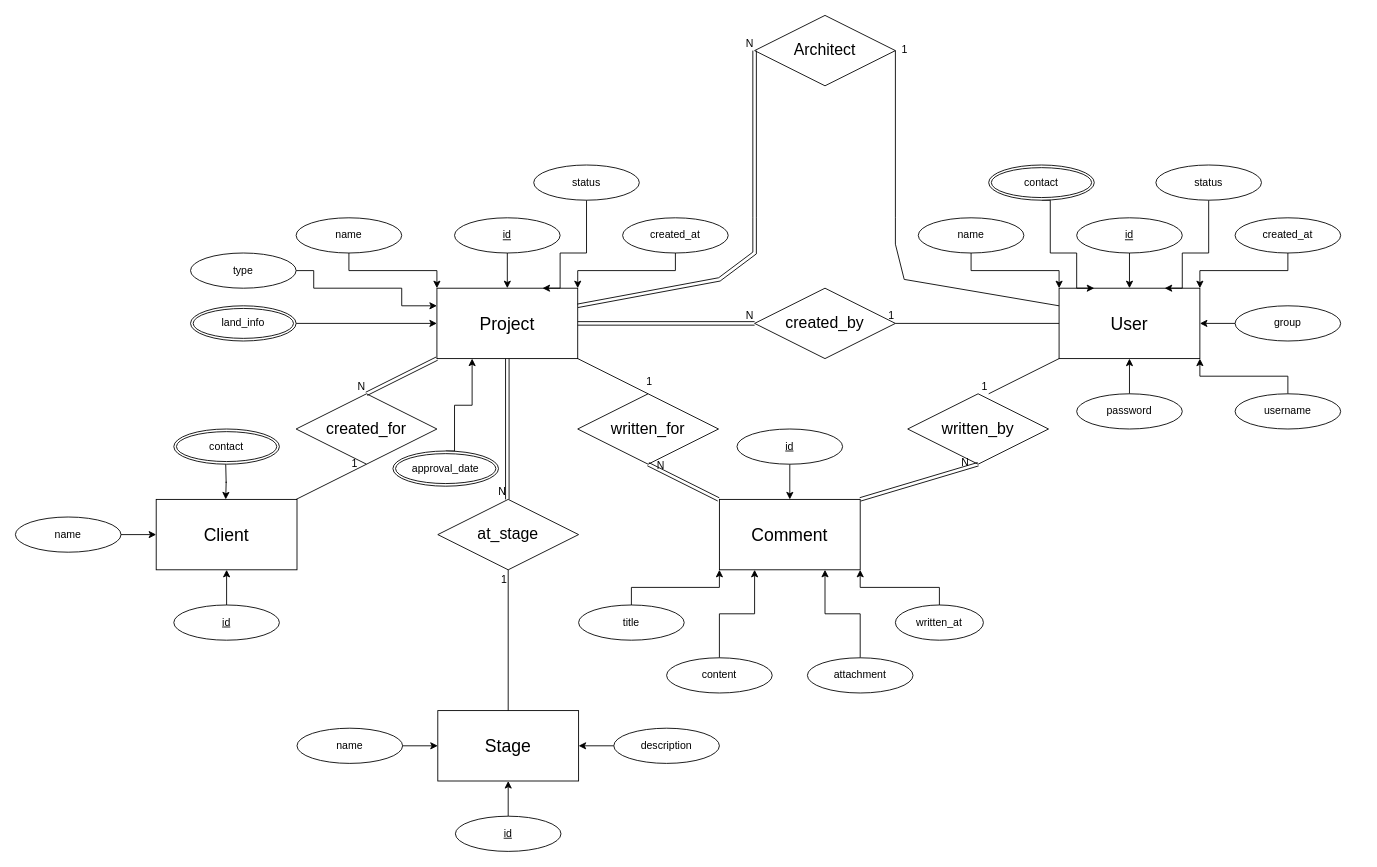
Before: Diagrams/AlJarrash_ERD.drawio in hameed-m/Al-Jarrash, a draw.io diagram. Source tidied: cells renumbered, new cells numbered last; positions are measured from the earlier drawing's top-left corner, leaving out a move shared by most shapes. Both pictures are drawn from the tidied source at 88%, with x=0, y=0 at pixel (15, 15).
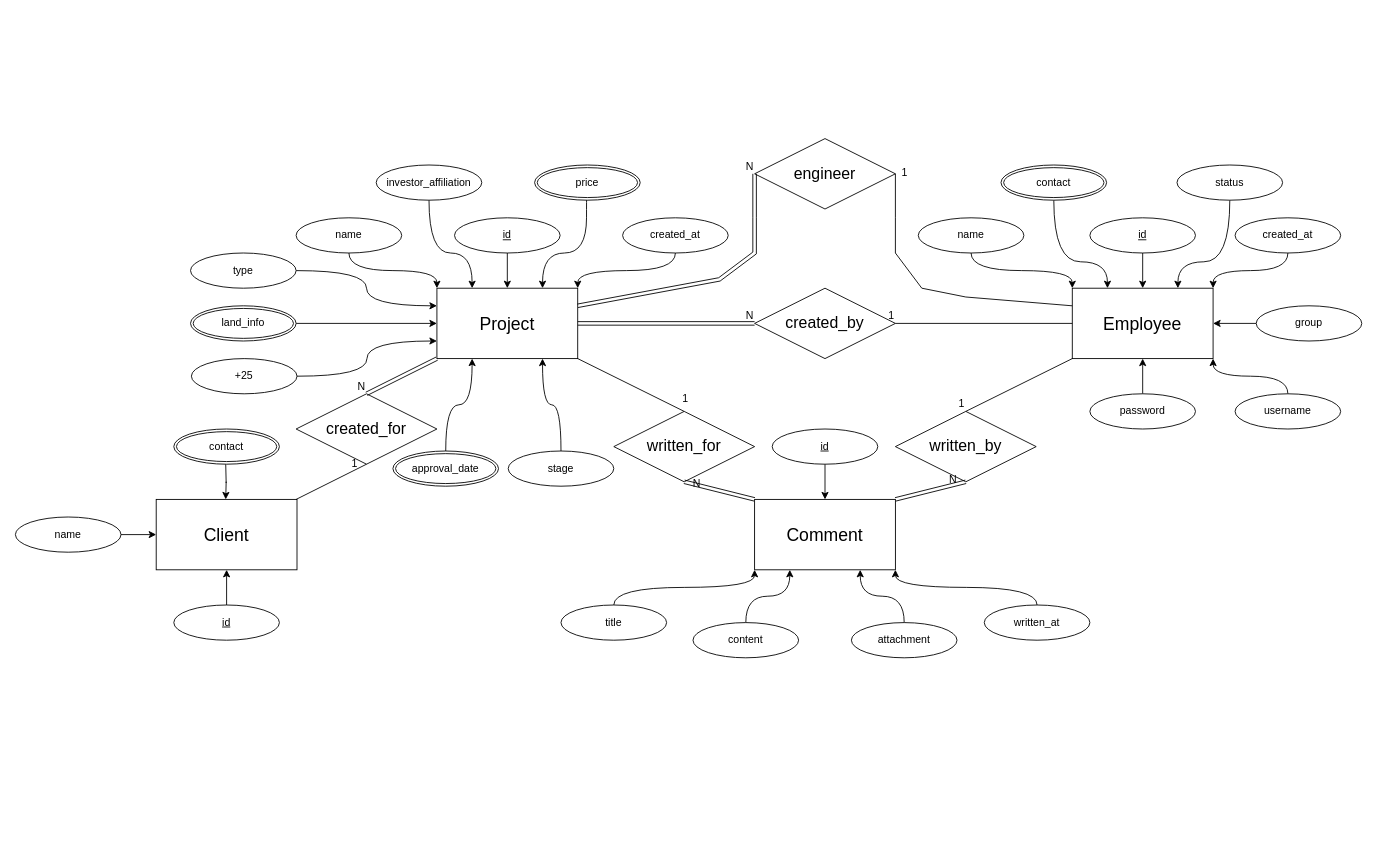
The same page after the edit.

Unchanged cells that the change refers to:
```xml
<mxCell id="2" value="&lt;font style=&quot;font-size: 20px;&quot;&gt;Project&lt;/font&gt;" style="whiteSpace=wrap;html=1;align=center;" parent="1" vertex="1">
  <mxGeometry x="479" y="310" width="160" height="80" as="geometry" />
</mxCell>
<mxCell id="8" value="name" style="ellipse;whiteSpace=wrap;html=1;align=center;" parent="1" vertex="1">
  <mxGeometry x="319" y="230" width="120" height="40" as="geometry" />
</mxCell>
<mxCell id="12" value="created_at" style="ellipse;whiteSpace=wrap;html=1;align=center;" parent="1" vertex="1">
  <mxGeometry x="690" y="230" width="120" height="40" as="geometry" />
</mxCell>
<mxCell id="55" value="name" style="ellipse;whiteSpace=wrap;html=1;align=center;" parent="1" vertex="1">
  <mxGeometry x="1026" y="230" width="120" height="40" as="geometry" />
</mxCell>
<mxCell id="59" value="created_at" style="ellipse;whiteSpace=wrap;html=1;align=center;" parent="1" vertex="1">
  <mxGeometry x="1386" y="230" width="120" height="40" as="geometry" />
</mxCell>
<mxCell id="69" value="username" style="ellipse;whiteSpace=wrap;html=1;align=center;" parent="1" vertex="1">
  <mxGeometry x="1386" y="430" width="120" height="40" as="geometry" />
</mxCell>
<mxCell id="79" value="type" style="ellipse;whiteSpace=wrap;html=1;align=center;" parent="1" vertex="1">
  <mxGeometry x="199" y="270" width="120" height="40" as="geometry" />
</mxCell>
<mxCell id="88" value="approval_date" style="ellipse;shape=doubleEllipse;margin=3;whiteSpace=wrap;html=1;align=center;" parent="1" vertex="1">
  <mxGeometry x="429" y="495" width="120" height="40" as="geometry" />
</mxCell>
```

Change to the diagram source:
```diff
@@
-    <mxCell id="4" value="&lt;font style=&quot;font-size: 20px;&quot;&gt;User&lt;/font&gt;" style="whiteSpace=wrap;html=1;align=center;" parent="1" vertex="1">
-      <mxGeometry x="1186" y="310" width="160" height="80" as="geometry" />
+    <mxCell id="4" value="&lt;font style=&quot;font-size: 20px;&quot;&gt;Employee&lt;/font&gt;" style="whiteSpace=wrap;html=1;align=center;" parent="1" vertex="1">
+      <mxGeometry x="1201" y="310" width="160" height="80" as="geometry" />
     </mxCell>
-    <mxCell id="5" value="&lt;font style=&quot;font-size: 20px;&quot;&gt;Stage&lt;/font&gt;" style="whiteSpace=wrap;html=1;align=center;" parent="1" vertex="1">
-      <mxGeometry x="480" y="790" width="160" height="80" as="geometry" />
-    </mxCell>
     <mxCell id="6" value="&lt;font style=&quot;font-size: 20px;&quot;&gt;Comment&lt;/font&gt;" style="whiteSpace=wrap;html=1;align=center;" parent="1" vertex="1">
-      <mxGeometry x="800" y="550" width="160" height="80" as="geometry" />
+      <mxGeometry x="840" y="550" width="160" height="80" as="geometry" />
     </mxCell>
-    <mxCell id="7" style="edgeStyle=orthogonalEdgeStyle;rounded=0;jettySize=auto;html=1;exitX=0.5;exitY=1;exitDx=0;exitDy=0;entryX=0;entryY=0;entryDx=0;entryDy=0;" parent="1" edge="1" source="8" target="2">
+    <mxCell id="7" style="edgeStyle=orthogonalEdgeStyle;rounded=0;jettySize=auto;html=1;exitX=0.5;exitY=1;exitDx=0;exitDy=0;entryX=0;entryY=0;entryDx=0;entryDy=0;curved=1;" parent="1" edge="1" source="8" target="2">
       <mxGeometry relative="1" as="geometry" />
     </mxCell>
@@
-    <mxCell id="11" style="edgeStyle=orthogonalEdgeStyle;rounded=0;jettySize=auto;html=1;exitX=0.5;exitY=1;exitDx=0;exitDy=0;entryX=1;entryY=0;entryDx=0;entryDy=0;" parent="1" edge="1" source="12" target="2">
+    <mxCell id="11" style="edgeStyle=orthogonalEdgeStyle;rounded=0;jettySize=auto;html=1;exitX=0.5;exitY=1;exitDx=0;exitDy=0;entryX=1;entryY=0;entryDx=0;entryDy=0;curved=1;" parent="1" edge="1" source="12" target="2">
       <mxGeometry relative="1" as="geometry" />
     </mxCell>
@@
-    <mxCell id="13" style="edgeStyle=orthogonalEdgeStyle;rounded=0;jettySize=auto;html=1;exitX=1;exitY=0.5;exitDx=0;exitDy=0;entryX=0;entryY=0.5;entryDx=0;entryDy=0;" parent="1" edge="1" source="14" target="5">
-      <mxGeometry relative="1" as="geometry" />
-    </mxCell>
-    <mxCell id="14" value="name" style="ellipse;whiteSpace=wrap;html=1;align=center;" parent="1" vertex="1">
-      <mxGeometry x="320" y="810" width="120" height="40" as="geometry" />
-    </mxCell>
-    <mxCell id="15" style="edgeStyle=orthogonalEdgeStyle;rounded=0;jettySize=auto;html=1;entryX=0.5;entryY=1;entryDx=0;entryDy=0;" parent="1" edge="1" source="16" target="5">
-      <mxGeometry relative="1" as="geometry" />
-    </mxCell>
-    <mxCell id="16" value="id" style="ellipse;whiteSpace=wrap;html=1;align=center;fontStyle=4;" parent="1" vertex="1">
-      <mxGeometry x="500" y="910" width="120" height="40" as="geometry" />
-    </mxCell>
     <mxCell id="17" value="&lt;span style=&quot;font-size: 18px;&quot;&gt;written_for&lt;/span&gt;" style="shape=rhombus;perimeter=rhombusPerimeter;whiteSpace=wrap;html=1;align=center;" parent="1" vertex="1">
-      <mxGeometry x="639" y="430" width="160" height="80" as="geometry" />
+      <mxGeometry x="680" y="450" width="160" height="80" as="geometry" />
     </mxCell>
     <mxCell id="18" value="&lt;font style=&quot;font-size: 18px;&quot;&gt;written_by&lt;/font&gt;" style="shape=rhombus;perimeter=rhombusPerimeter;whiteSpace=wrap;html=1;align=center;" parent="1" vertex="1">
-      <mxGeometry x="1014" y="430" width="160" height="80" as="geometry" />
+      <mxGeometry x="1000" y="450" width="160" height="80" as="geometry" />
     </mxCell>
-    <mxCell id="19" value="&lt;font style=&quot;font-size: 18px;&quot;&gt;at_stage&lt;/font&gt;" style="shape=rhombus;perimeter=rhombusPerimeter;whiteSpace=wrap;html=1;align=center;" parent="1" vertex="1">
-      <mxGeometry x="480" y="550" width="160" height="80" as="geometry" />
-    </mxCell>
@@
-    <mxCell id="25" style="shape=link;html=1;rounded=0;exitX=0.5;exitY=1;exitDx=0;exitDy=0;entryX=0.5;entryY=0;entryDx=0;entryDy=0;" parent="1" edge="1" source="2">
-      <mxGeometry relative="1" as="geometry">
-        <mxPoint x="559" y="550" as="targetPoint" />
-      </mxGeometry>
-    </mxCell>
-    <mxCell id="26" value="N" style="html=1;whiteSpace=wrap;align=right;verticalAlign=bottom;" parent="25" vertex="1">
-      <mxGeometry x="1" relative="1" as="geometry" />
-    </mxCell>
-    <mxCell id="27" style="endArrow=none;html=1;rounded=0;entryX=0.5;entryY=1;entryDx=0;entryDy=0;exitX=0.5;exitY=0;exitDx=0;exitDy=0;" parent="1" edge="1" source="5" target="19">
-      <mxGeometry relative="1" as="geometry" />
-    </mxCell>
-    <mxCell id="28" value="1" style="html=1;whiteSpace=wrap;align=right;verticalAlign=bottom;" parent="27" vertex="1">
-      <mxGeometry x="1" relative="1" as="geometry">
-        <mxPoint y="20" as="offset" />
-      </mxGeometry>
-    </mxCell>
-    <mxCell id="29" style="shape=link;html=1;rounded=0;entryX=0.5;entryY=1;entryDx=0;entryDy=0;exitX=0;exitY=0;exitDx=0;exitDy=0;" parent="1" edge="1" target="17">
-      <mxGeometry relative="1" as="geometry">
-        <mxPoint x="799" y="550" as="sourcePoint" />
-      </mxGeometry>
+    <mxCell id="29" style="shape=link;html=1;rounded=0;entryX=0.5;entryY=1;entryDx=0;entryDy=0;exitX=0;exitY=0;exitDx=0;exitDy=0;" parent="1" edge="1" source="6" target="17">
+      <mxGeometry relative="1" as="geometry" />
     </mxCell>
@@
-    <mxCell id="35" style="endArrow=none;html=1;rounded=0;entryX=0.5;entryY=0;entryDx=0;entryDy=0;exitX=0;exitY=1;exitDx=0;exitDy=0;" parent="1" edge="1" source="4">
-      <mxGeometry relative="1" as="geometry">
-        <mxPoint x="1106" y="430" as="targetPoint" />
-      </mxGeometry>
+    <mxCell id="35" style="endArrow=none;html=1;rounded=0;entryX=0.5;entryY=0;entryDx=0;entryDy=0;exitX=0;exitY=1;exitDx=0;exitDy=0;" parent="1" edge="1" source="4" target="18">
+      <mxGeometry relative="1" as="geometry" />
     </mxCell>
@@
     <mxCell id="38" value="id" style="ellipse;whiteSpace=wrap;html=1;align=center;fontStyle=4;" parent="1" vertex="1">
-      <mxGeometry x="820" y="470" width="120" height="40" as="geometry" />
+      <mxGeometry x="860" y="470" width="120" height="40" as="geometry" />
     </mxCell>
-    <mxCell id="39" style="edgeStyle=orthogonalEdgeStyle;rounded=0;jettySize=auto;html=1;exitX=0.5;exitY=0;exitDx=0;exitDy=0;entryX=0;entryY=1;entryDx=0;entryDy=0;" parent="1" edge="1" source="40" target="6">
+    <mxCell id="39" style="edgeStyle=orthogonalEdgeStyle;rounded=0;jettySize=auto;html=1;exitX=0.5;exitY=0;exitDx=0;exitDy=0;entryX=0;entryY=1;entryDx=0;entryDy=0;curved=1;" parent="1" edge="1" source="40" target="6">
       <mxGeometry relative="1" as="geometry" />
     </mxCell>
     <mxCell id="40" value="title" style="ellipse;whiteSpace=wrap;html=1;align=center;" parent="1" vertex="1">
-      <mxGeometry x="640" y="670" width="120" height="40" as="geometry" />
+      <mxGeometry x="620" y="670" width="120" height="40" as="geometry" />
     </mxCell>
-    <mxCell id="41" style="edgeStyle=orthogonalEdgeStyle;rounded=0;jettySize=auto;html=1;exitX=0.5;exitY=0;exitDx=0;exitDy=0;entryX=1;entryY=1;entryDx=0;entryDy=0;" parent="1" edge="1" source="42" target="6">
+    <mxCell id="41" style="edgeStyle=orthogonalEdgeStyle;rounded=0;jettySize=auto;html=1;exitX=0.5;exitY=0;exitDx=0;exitDy=0;entryX=1;entryY=1;entryDx=0;entryDy=0;curved=1;" parent="1" edge="1" source="42" target="6">
       <mxGeometry relative="1" as="geometry" />
     </mxCell>
-    <mxCell id="42" value="written_at" style="ellipse;whiteSpace=wrap;html=1;align=center;" parent="1" vertex="1">
-      <mxGeometry x="1000" y="670" width="100" height="40" as="geometry" />
-    </mxCell>
-    <mxCell id="43" style="edgeStyle=orthogonalEdgeStyle;rounded=0;jettySize=auto;html=1;exitX=0.5;exitY=0;exitDx=0;exitDy=0;entryX=0.25;entryY=1;entryDx=0;entryDy=0;" parent="1" edge="1" source="44" target="6">
+    <mxCell id="43" style="edgeStyle=orthogonalEdgeStyle;rounded=0;jettySize=auto;html=1;exitX=0.5;exitY=0;exitDx=0;exitDy=0;entryX=0.25;entryY=1;entryDx=0;entryDy=0;curved=1;" parent="1" edge="1" source="44" target="6">
       <mxGeometry relative="1" as="geometry" />
     </mxCell>
     <mxCell id="44" value="content" style="ellipse;whiteSpace=wrap;html=1;align=center;" parent="1" vertex="1">
-      <mxGeometry x="740" y="730" width="120" height="40" as="geometry" />
+      <mxGeometry x="770" y="690" width="120" height="40" as="geometry" />
     </mxCell>
-    <mxCell id="45" style="edgeStyle=orthogonalEdgeStyle;rounded=0;jettySize=auto;html=1;exitX=0;exitY=0.5;exitDx=0;exitDy=0;entryX=1;entryY=0.5;entryDx=0;entryDy=0;" parent="1" edge="1" source="46" target="5">
-      <mxGeometry relative="1" as="geometry" />
-    </mxCell>
-    <mxCell id="46" value="description" style="ellipse;whiteSpace=wrap;html=1;align=center;" parent="1" vertex="1">
-      <mxGeometry x="680" y="810" width="120" height="40" as="geometry" />
-    </mxCell>
@@
     <mxCell id="53" value="id" style="ellipse;whiteSpace=wrap;html=1;align=center;fontStyle=4;" parent="1" vertex="1">
-      <mxGeometry x="1206" y="230" width="120" height="40" as="geometry" />
+      <mxGeometry x="1221" y="230" width="120" height="40" as="geometry" />
     </mxCell>
-    <mxCell id="54" style="edgeStyle=orthogonalEdgeStyle;rounded=0;jettySize=auto;html=1;exitX=0.5;exitY=1;exitDx=0;exitDy=0;entryX=0;entryY=0;entryDx=0;entryDy=0;" parent="1" edge="1" source="55" target="4">
+    <mxCell id="54" style="edgeStyle=orthogonalEdgeStyle;rounded=0;jettySize=auto;html=1;exitX=0.5;exitY=1;exitDx=0;exitDy=0;entryX=0;entryY=0;entryDx=0;entryDy=0;curved=1;" parent="1" edge="1" source="55" target="4">
       <mxGeometry relative="1" as="geometry" />
     </mxCell>
@@
-    <mxCell id="56" style="edgeStyle=orthogonalEdgeStyle;rounded=0;jettySize=auto;html=1;exitX=0.5;exitY=1;exitDx=0;exitDy=0;entryX=0.75;entryY=0;entryDx=0;entryDy=0;" parent="1" edge="1" source="57" target="2">
+    <mxCell id="56" style="edgeStyle=orthogonalEdgeStyle;rounded=0;jettySize=auto;html=1;exitX=0.5;exitY=1;exitDx=0;exitDy=0;entryX=0.75;entryY=0;entryDx=0;entryDy=0;curved=1;" parent="1" edge="1" source="93" target="2">
       <mxGeometry relative="1" as="geometry">
         <Array as="points">
+          <mxPoint x="649" y="190" />
           <mxPoint x="649" y="270" />
-          <mxPoint x="619" y="270" />
-          <mxPoint x="619" y="310" />
+          <mxPoint x="599" y="270" />
         </Array>
       </mxGeometry>
     </mxCell>
-    <mxCell id="57" value="status" style="ellipse;whiteSpace=wrap;html=1;align=center;" parent="1" vertex="1">
-      <mxGeometry x="589" y="170" width="120" height="40" as="geometry" />
-    </mxCell>
-    <mxCell id="58" style="edgeStyle=orthogonalEdgeStyle;rounded=0;jettySize=auto;html=1;exitX=0.5;exitY=1;exitDx=0;exitDy=0;entryX=1;entryY=0;entryDx=0;entryDy=0;" parent="1" edge="1" source="59" target="4">
+    <mxCell id="58" style="edgeStyle=orthogonalEdgeStyle;rounded=0;jettySize=auto;html=1;exitX=0.5;exitY=1;exitDx=0;exitDy=0;entryX=1;entryY=0;entryDx=0;entryDy=0;curved=1;" parent="1" edge="1" source="59" target="4">
       <mxGeometry relative="1" as="geometry" />
     </mxCell>
@@
-    <mxCell id="60" style="edgeStyle=orthogonalEdgeStyle;rounded=0;jettySize=auto;html=1;exitX=0.5;exitY=1;exitDx=0;exitDy=0;entryX=0.75;entryY=0;entryDx=0;entryDy=0;" parent="1" edge="1" source="61" target="4">
+    <mxCell id="60" style="edgeStyle=orthogonalEdgeStyle;rounded=0;jettySize=auto;html=1;exitX=0.5;exitY=1;exitDx=0;exitDy=0;entryX=0.75;entryY=0;entryDx=0;entryDy=0;curved=1;" parent="1" edge="1" source="61" target="4">
       <mxGeometry relative="1" as="geometry">
         <Array as="points">
-          <mxPoint x="1356" y="270" />
-          <mxPoint x="1326" y="270" />
-          <mxPoint x="1326" y="310" />
+          <mxPoint x="1380" y="280" />
+          <mxPoint x="1321" y="280" />
         </Array>
       </mxGeometry>
     </mxCell>
     <mxCell id="61" value="status" style="ellipse;whiteSpace=wrap;html=1;align=center;" parent="1" vertex="1">
-      <mxGeometry x="1296" y="170" width="120" height="40" as="geometry" />
+      <mxGeometry x="1320" y="170" width="120" height="40" as="geometry" />
     </mxCell>
@@
     <mxCell id="63" value="group" style="ellipse;whiteSpace=wrap;html=1;align=center;" parent="1" vertex="1">
-      <mxGeometry x="1386" y="330" width="120" height="40" as="geometry" />
+      <mxGeometry x="1410" y="330" width="120" height="40" as="geometry" />
     </mxCell>
-    <mxCell id="64" style="edgeStyle=orthogonalEdgeStyle;rounded=0;jettySize=auto;html=1;exitX=0.5;exitY=1;exitDx=0;exitDy=0;entryX=0.25;entryY=0;entryDx=0;entryDy=0;" parent="1" edge="1" source="65" target="4">
+    <mxCell id="64" style="edgeStyle=orthogonalEdgeStyle;rounded=0;jettySize=auto;html=1;exitX=0.5;exitY=1;exitDx=0;exitDy=0;entryX=0.25;entryY=0;entryDx=0;entryDy=0;curved=1;" parent="1" edge="1" source="65" target="4">
       <mxGeometry relative="1" as="geometry">
         <Array as="points">
-          <mxPoint x="1176" y="270" />
-          <mxPoint x="1206" y="270" />
-          <mxPoint x="1206" y="310" />
+          <mxPoint x="1180" y="280" />
+          <mxPoint x="1241" y="280" />
         </Array>
       </mxGeometry>
     </mxCell>
     <mxCell id="65" value="contact" style="ellipse;shape=doubleEllipse;margin=3;whiteSpace=wrap;html=1;align=center;" parent="1" vertex="1">
-      <mxGeometry x="1106" y="170" width="120" height="40" as="geometry" />
+      <mxGeometry x="1120" y="170" width="120" height="40" as="geometry" />
     </mxCell>
@@
     <mxCell id="67" value="password" style="ellipse;whiteSpace=wrap;html=1;align=center;" parent="1" vertex="1">
-      <mxGeometry x="1206" y="430" width="120" height="40" as="geometry" />
+      <mxGeometry x="1221" y="430" width="120" height="40" as="geometry" />
     </mxCell>
-    <mxCell id="68" style="edgeStyle=orthogonalEdgeStyle;rounded=0;jettySize=auto;html=1;exitX=0.5;exitY=0;exitDx=0;exitDy=0;entryX=1;entryY=1;entryDx=0;entryDy=0;" parent="1" edge="1" source="69" target="4">
+    <mxCell id="68" style="edgeStyle=orthogonalEdgeStyle;rounded=0;jettySize=auto;html=1;exitX=0.5;exitY=0;exitDx=0;exitDy=0;entryX=1;entryY=1;entryDx=0;entryDy=0;curved=1;" parent="1" edge="1" source="69" target="4">
       <mxGeometry relative="1" as="geometry" />
     </mxCell>
@@
-    <mxCell id="76" style="edgeStyle=orthogonalEdgeStyle;rounded=0;jettySize=auto;html=1;exitX=0.5;exitY=0;exitDx=0;exitDy=0;entryX=0.75;entryY=1;entryDx=0;entryDy=0;" parent="1" edge="1" source="77" target="6">
+    <mxCell id="76" style="edgeStyle=orthogonalEdgeStyle;rounded=0;jettySize=auto;html=1;exitX=0.5;exitY=0;exitDx=0;exitDy=0;entryX=0.75;entryY=1;entryDx=0;entryDy=0;curved=1;" parent="1" edge="1" source="77" target="6">
       <mxGeometry relative="1" as="geometry" />
     </mxCell>
     <mxCell id="77" value="attachment" style="ellipse;whiteSpace=wrap;html=1;align=center;" parent="1" vertex="1">
-      <mxGeometry x="900" y="730" width="120" height="40" as="geometry" />
+      <mxGeometry x="950" y="690" width="120" height="40" as="geometry" />
     </mxCell>
-    <mxCell id="78" style="edgeStyle=orthogonalEdgeStyle;rounded=0;jettySize=auto;html=1;exitX=1;exitY=0.5;exitDx=0;exitDy=0;entryX=0;entryY=0.25;entryDx=0;entryDy=0;" parent="1" edge="1" source="79" target="2">
-      <mxGeometry relative="1" as="geometry">
-        <Array as="points">
-          <mxPoint x="339" y="290" />
-          <mxPoint x="339" y="310" />
-          <mxPoint x="439" y="310" />
-          <mxPoint x="439" y="330" />
-        </Array>
-      </mxGeometry>
+    <mxCell id="78" style="edgeStyle=orthogonalEdgeStyle;rounded=0;jettySize=auto;html=1;exitX=1;exitY=0.5;exitDx=0;exitDy=0;entryX=0;entryY=0.25;entryDx=0;entryDy=0;curved=1;" parent="1" edge="1" source="79" target="2">
+      <mxGeometry relative="1" as="geometry" />
     </mxCell>
@@
-    <mxCell id="82" value="&lt;font style=&quot;font-size: 18px;&quot;&gt;Architect&lt;/font&gt;" style="shape=rhombus;perimeter=rhombusPerimeter;whiteSpace=wrap;html=1;align=center;" parent="1" vertex="1">
-      <mxGeometry x="840" width="160" height="80" as="geometry" />
+    <mxCell id="82" value="&lt;font style=&quot;font-size: 18px;&quot;&gt;engineer&lt;/font&gt;" style="shape=rhombus;perimeter=rhombusPerimeter;whiteSpace=wrap;html=1;align=center;" parent="1" vertex="1">
+      <mxGeometry x="840" y="140" width="160" height="80" as="geometry" />
     </mxCell>
     <mxCell id="83" style="endArrow=none;html=1;rounded=0;entryX=1;entryY=0.5;entryDx=0;entryDy=0;exitX=0;exitY=0.25;exitDx=0;exitDy=0;" parent="1" edge="1" source="4" target="82">
       <mxGeometry relative="1" as="geometry">
         <Array as="points">
-          <mxPoint x="1010" y="300" />
-          <mxPoint x="1000" y="260" />
+          <mxPoint x="1080" y="320" />
+          <mxPoint x="1030" y="310" />
+          <mxPoint x="1000" y="270" />
           <mxPoint x="1000" y="230" />
-          <mxPoint x="1000" y="170" />
         </Array>
       </mxGeometry>
     </mxCell>
@@
-    <mxCell id="87" style="edgeStyle=orthogonalEdgeStyle;rounded=0;jettySize=auto;html=1;exitX=0.5;exitY=0;exitDx=0;exitDy=0;entryX=0.25;entryY=1;entryDx=0;entryDy=0;" parent="1" edge="1" source="88" target="2">
-      <mxGeometry relative="1" as="geometry">
-        <Array as="points">
-          <mxPoint x="499" y="495" />
-          <mxPoint x="499" y="443" />
-          <mxPoint x="519" y="443" />
-        </Array>
-      </mxGeometry>
+    <mxCell id="87" style="edgeStyle=orthogonalEdgeStyle;rounded=0;jettySize=auto;html=1;exitX=0.5;exitY=0;exitDx=0;exitDy=0;entryX=0.25;entryY=1;entryDx=0;entryDy=0;curved=1;" parent="1" edge="1" source="88" target="2">
+      <mxGeometry relative="1" as="geometry" />
     </mxCell>
@@
+    <mxCell id="89" style="edgeStyle=orthogonalEdgeStyle;rounded=0;jettySize=auto;html=1;exitX=1;exitY=0.5;exitDx=0;exitDy=0;entryX=0;entryY=0.75;entryDx=0;entryDy=0;curved=1;" parent="1" edge="1" source="90" target="2">
+      <mxGeometry relative="1" as="geometry" />
+    </mxCell>
+    <mxCell id="90" value="+25" style="ellipse;whiteSpace=wrap;html=1;align=center;" parent="1" vertex="1">
+      <mxGeometry x="200" y="390" width="120" height="40" as="geometry" />
+    </mxCell>
+    <mxCell id="91" style="edgeStyle=orthogonalEdgeStyle;rounded=0;jettySize=auto;html=1;exitX=0.5;exitY=1;exitDx=0;exitDy=0;entryX=0.25;entryY=0;entryDx=0;entryDy=0;curved=1;" parent="1" edge="1" source="92" target="2">
+      <mxGeometry relative="1" as="geometry">
+        <Array as="points">
+          <mxPoint x="470" y="270" />
+          <mxPoint x="519" y="270" />
+        </Array>
+      </mxGeometry>
+    </mxCell>
+    <mxCell id="92" value="investor_affiliation" style="ellipse;whiteSpace=wrap;html=1;align=center;" parent="1" vertex="1">
+      <mxGeometry x="410" y="170" width="120" height="40" as="geometry" />
+    </mxCell>
+    <mxCell id="93" value="price" style="ellipse;shape=doubleEllipse;margin=3;whiteSpace=wrap;html=1;align=center;" parent="1" vertex="1">
+      <mxGeometry x="590" y="170" width="120" height="40" as="geometry" />
+    </mxCell>
+    <mxCell id="42" value="written_at" style="ellipse;whiteSpace=wrap;html=1;align=center;" parent="1" vertex="1">
+      <mxGeometry x="1101" y="670" width="120" height="40" as="geometry" />
+    </mxCell>
+    <mxCell id="94" style="edgeStyle=orthogonalEdgeStyle;rounded=0;orthogonalLoop=1;jettySize=auto;html=1;entryX=0;entryY=1;entryDx=0;entryDy=0;" parent="1" edge="1">
+      <mxGeometry relative="1" as="geometry">
+        <mxPoint x="380" y="730" as="sourcePoint" />
+        <mxPoint x="380" y="730" as="targetPoint" />
+      </mxGeometry>
+    </mxCell>
+    <mxCell id="95" style="edgeStyle=orthogonalEdgeStyle;rounded=0;jettySize=auto;html=1;exitX=0.5;exitY=0;exitDx=0;exitDy=0;entryX=0.75;entryY=1;entryDx=0;entryDy=0;curved=1;" parent="1" edge="1" source="96" target="2">
+      <mxGeometry relative="1" as="geometry" />
+    </mxCell>
+    <mxCell id="96" value="stage" style="ellipse;whiteSpace=wrap;html=1;align=center;" parent="1" vertex="1">
+      <mxGeometry x="560" y="495" width="120" height="40" as="geometry" />
+    </mxCell>
```
